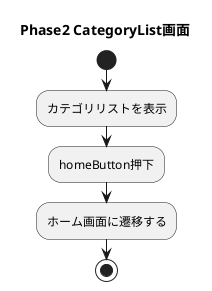
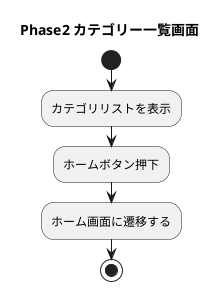
@startuml

- title Phase2 CategoryList画面
+ title Phase2 カテゴリー一覧画面
start
:カテゴリリストを表示;
- :homeButton押下;
+ :ホームボタン押下;
:ホーム画面に遷移する;
stop
@enduml